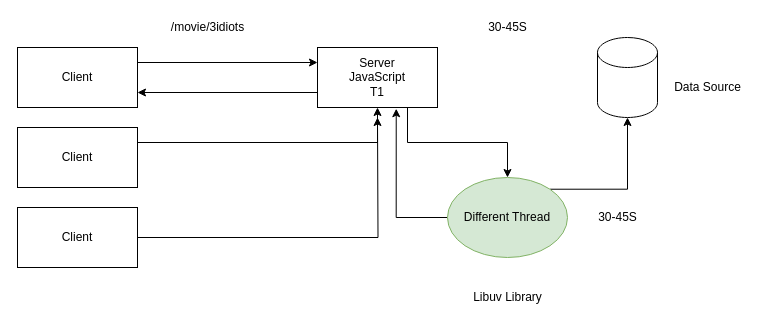
Above: page "Page-1" (1 of 5) of refs/diagrams.drawio in synergy2411/mar-22-brillo (draw.io), before the change. Source tidied: cells renumbered, new cells numbered last; positions are measured from the earlier drawing's top-left corner, leaving out a move shared by most shapes. Both pictures are drawn from the tidied source at 100%, with x=0, y=0 at pixel (17, 17).
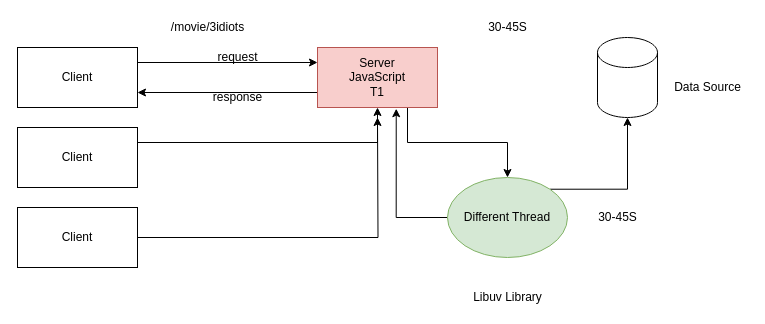
The same diagram, later.

The edit, as a diff of the source:
```diff
@@
-    <mxCell id="6" value="Server&lt;br&gt;JavaScript&lt;br&gt;T1" style="rounded=0;whiteSpace=wrap;html=1;" parent="1" vertex="1">
+    <mxCell id="6" value="Server&lt;br&gt;JavaScript&lt;br&gt;T1" style="rounded=0;whiteSpace=wrap;html=1;fillColor=#f8cecc;strokeColor=#b85450;" parent="1" vertex="1">
       <mxGeometry x="300" y="30" width="120" height="60" as="geometry" />
     </mxCell>
@@
+    <mxCell id="20" value="response" style="text;html=1;align=center;verticalAlign=middle;strokeColor=none;fillColor=none;" parent="1" vertex="1">
+      <mxGeometry x="185" y="70" width="70" height="20" as="geometry" />
+    </mxCell>
+    <mxCell id="21" value="request" style="text;html=1;align=center;verticalAlign=middle;strokeColor=none;fillColor=none;" parent="1" vertex="1">
+      <mxGeometry x="190" y="30" width="60" height="20" as="geometry" />
+    </mxCell>
```
